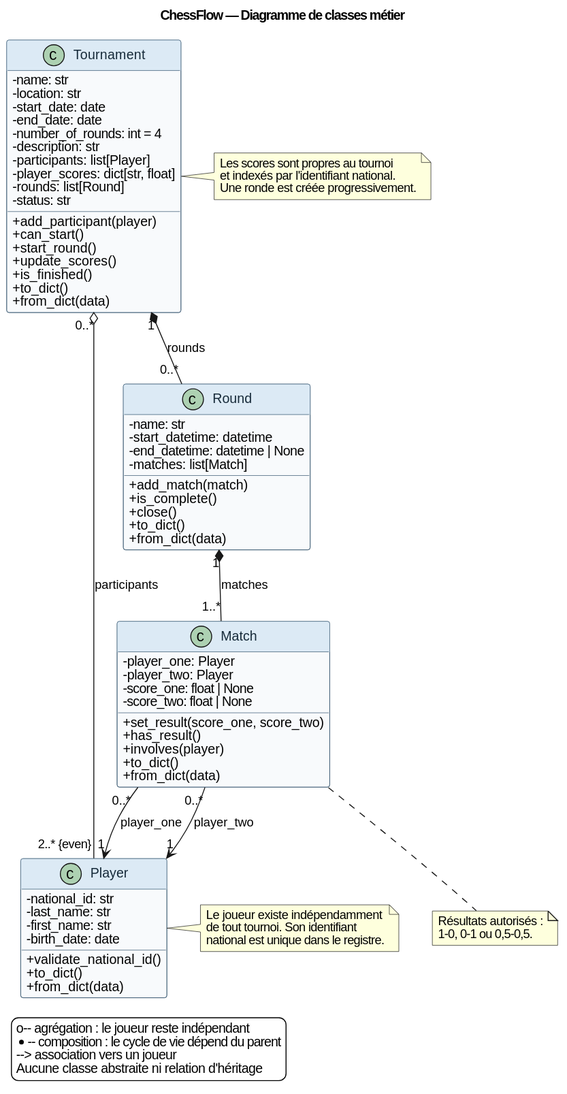
Above: documentation/03-conception/diagrammes/exports/classes-metier-chessflow.svg in fabienhummel/OC-PY04-chessflow (PlantUML), before the change. Its source is kept beside it as documentation/03-conception/diagrammes/sources/classes-metier-chessflow.puml. Its diagram source:
```plantuml
@startuml
title ChessFlow — Diagramme de classes métier

top to bottom direction
skinparam backgroundColor #FFFFFF
skinparam shadowing false
skinparam defaultFontName Arial
skinparam classAttributeIconSize 0
skinparam class {
  BackgroundColor #F8FAFC
  BorderColor #34536D
  FontColor #172B3A
  HeaderBackgroundColor #DCEAF5
}

class Player {
  - national_id: str
  - last_name: str
  - first_name: str
  - birth_date: date
  + validate_national_id()
  + to_dict()
  + from_dict(data)
}

class Tournament {
  - name: str
  - location: str
  - start_date: date
  - end_date: date
  - number_of_rounds: int = 4
  - description: str
  - participants: list[Player]
  - player_scores: dict[str, float]
  - rounds: list[Round]
  - status: str
  + add_participant(player)
  + can_start()
  + start_round()
  + update_scores()
  + is_finished()
  + to_dict()
  + from_dict(data)
}

class Round {
  - name: str
  - start_datetime: datetime
  - end_datetime: datetime | None
  - matches: list[Match]
  + add_match(match)
  + is_complete()
  + close()
  + to_dict()
  + from_dict(data)
}

class Match {
  - player_one: Player
  - player_two: Player
  - score_one: float | None
  - score_two: float | None
  + set_result(score_one, score_two)
  + has_result()
  + involves(player)
  + to_dict()
  + from_dict(data)
}

Tournament "0..*" o-- "2..* {even}" Player : participants
Tournament "1" *-- "0..*" Round : rounds
Round "1" *-- "1..*" Match : matches
Match "0..*" --> "1" Player : player_one
Match "0..*" --> "1" Player : player_two

note right of Player
  Le joueur existe indépendamment
  de tout tournoi. Son identifiant
  national est unique dans le registre.
end note

note right of Tournament
  Les scores sont propres au tournoi
  et indexés par l'identifiant national.
  Une ronde est créée progressivement.
end note

note bottom of Match
  Résultats autorisés :
  1–0, 0–1 ou 0,5–0,5.
end note

legend bottom left
  o--  agrégation : le joueur reste indépendant
  *--  composition : le cycle de vie dépend du parent
  -->  association vers un joueur
  Aucune classe abstraite ni relation d'héritage
endlegend
@enduml
```
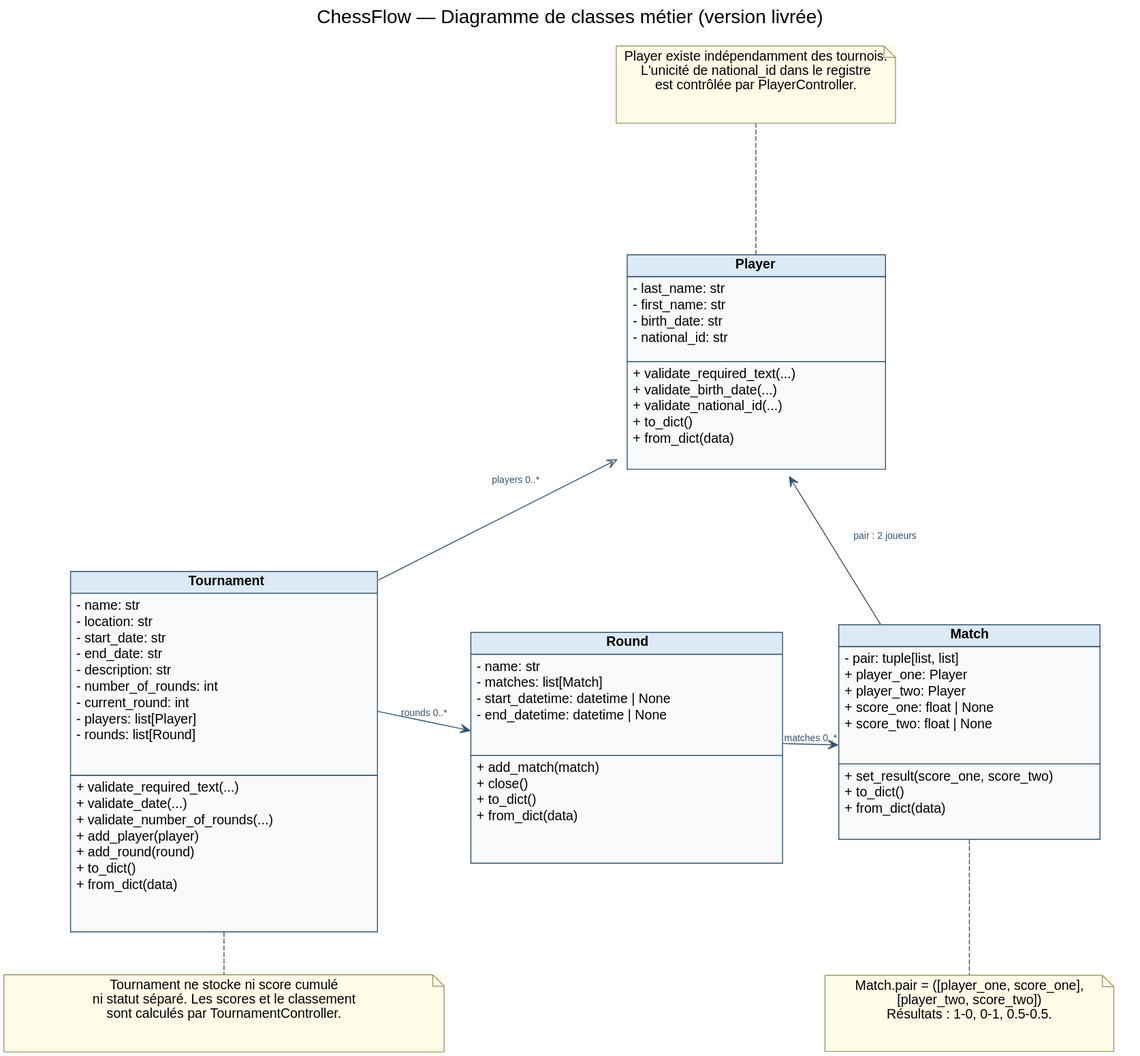
The same file after the commit.

Diff of the diagram source:
```diff
@@ -1,5 +1,5 @@
 @startuml
-title ChessFlow — Diagramme de classes métier
+title ChessFlow — Diagramme de classes métier (version livrée)
 
 top to bottom direction
 skinparam backgroundColor #FFFFFF
@@ -14,11 +14,13 @@
 }
 
 class Player {
-  - national_id: str
   - last_name: str
   - first_name: str
-  - birth_date: date
-  + validate_national_id()
+  - birth_date: str
+  - national_id: str
+  + validate_required_text(value, field_name)
+  + validate_birth_date(birth_date)
+  + validate_national_id(national_id)
   + to_dict()
   + from_dict(data)
 }
@@ -26,74 +28,76 @@
 class Tournament {
   - name: str
   - location: str
-  - start_date: date
-  - end_date: date
-  - number_of_rounds: int = 4
+  - start_date: str
+  - end_date: str
   - description: str
-  - participants: list[Player]
-  - player_scores: dict[str, float]
+  - number_of_rounds: int
+  - current_round: int
+  - players: list[Player]
   - rounds: list[Round]
-  - status: str
-  + add_participant(player)
-  + can_start()
-  + start_round()
-  + update_scores()
-  + is_finished()
+  + validate_required_text(value, field_name)
+  + validate_date(value, field_name)
+  + validate_number_of_rounds(number_of_rounds)
+  + add_player(player)
+  + add_round(round)
   + to_dict()
   + from_dict(data)
 }
 
 class Round {
   - name: str
-  - start_datetime: datetime
+  - matches: list[Match]
+  - start_datetime: datetime | None
   - end_datetime: datetime | None
-  - matches: list[Match]
   + add_match(match)
-  + is_complete()
   + close()
   + to_dict()
   + from_dict(data)
 }
 
 class Match {
-  - player_one: Player
-  - player_two: Player
-  - score_one: float | None
-  - score_two: float | None
+  - pair: tuple[list, list]
+  + player_one: Player
+  + player_two: Player
+  + score_one: float | None
+  + score_two: float | None
   + set_result(score_one, score_two)
-  + has_result()
-  + involves(player)
   + to_dict()
   + from_dict(data)
 }
 
-Tournament "0..*" o-- "2..* {even}" Player : participants
+Tournament "0..*" o-- "0..*" Player : players
 Tournament "1" *-- "0..*" Round : rounds
-Round "1" *-- "1..*" Match : matches
-Match "0..*" --> "1" Player : player_one
-Match "0..*" --> "1" Player : player_two
+Round "1" *-- "0..*" Match : matches
+Match "0..*" --> "2" Player : pair
 
 note right of Player
-  Le joueur existe indépendamment
-  de tout tournoi. Son identifiant
-  national est unique dans le registre.
+  Identité globale du joueur.
+  L'unicité de national_id dans le
+  registre est contrôlée par PlayerController.
 end note
 
 note right of Tournament
-  Les scores sont propres au tournoi
-  et indexés par l'identifiant national.
-  Une ronde est créée progressivement.
+  Aucun score cumulé ni statut séparé.
+  current_round = nombre de rondes créées.
+  Les scores sont calculés par le contrôleur.
 end note
 
 note bottom of Match
+  Représentation interne :
+  pair = (
+    [player_one, score_one],
+    [player_two, score_two]
+  )
+
   Résultats autorisés :
-  1–0, 0–1 ou 0,5–0,5.
+  1-0, 0-1 ou 0.5-0.5.
 end note
 
 legend bottom left
-  o--  agrégation : le joueur reste indépendant
-  *--  composition : le cycle de vie dépend du parent
-  -->  association vers un joueur
+  o--  agrégation : les joueurs existent indépendamment
+  *--  composition métier : ronde et match appartiennent au tournoi
+  -->  association : le match référence deux joueurs
   Aucune classe abstraite ni relation d'héritage
 endlegend
 @enduml
```
